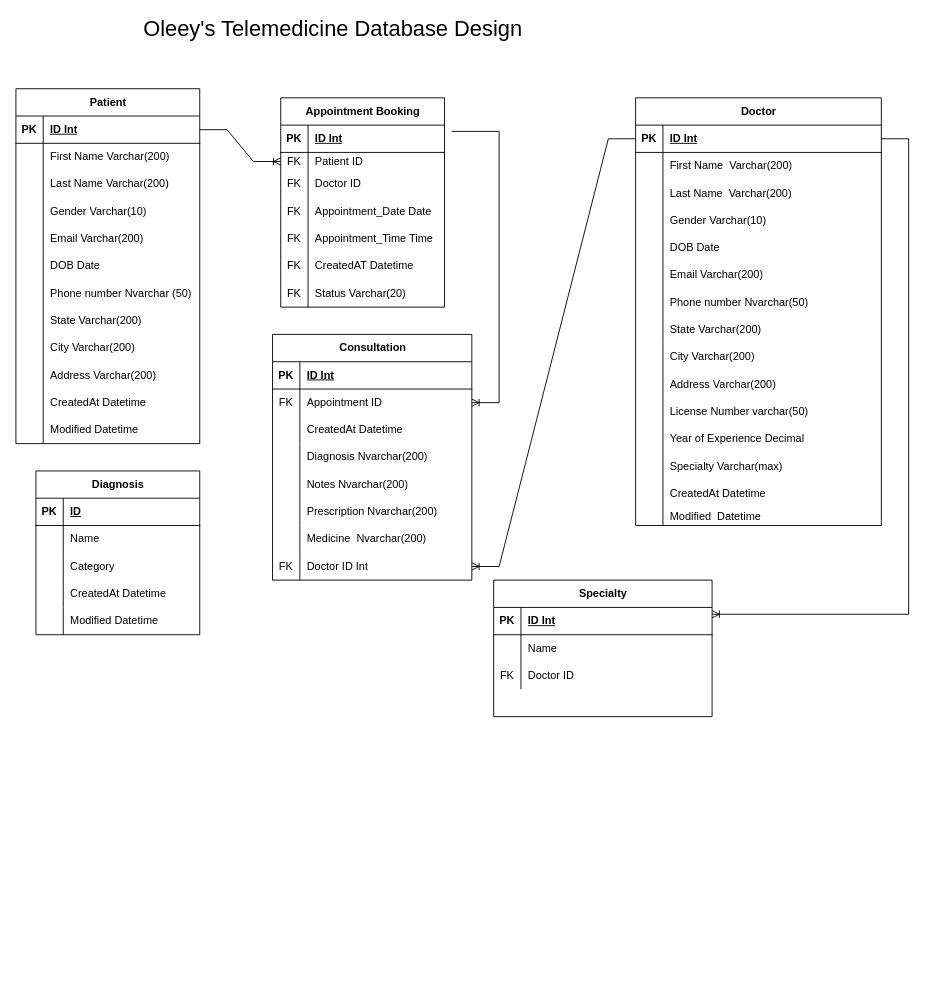
This is Telemedicine Db.drawio from Mzbeth02/Db_Design, a draw.io file, before an edit. Source tidied: cells renumbered, new cells numbered last; positions are measured from the earlier drawing's top-left corner, leaving out a move shared by most shapes. Both pictures are drawn from the tidied source at 91%, with x=0, y=0 at pixel (15, 15).
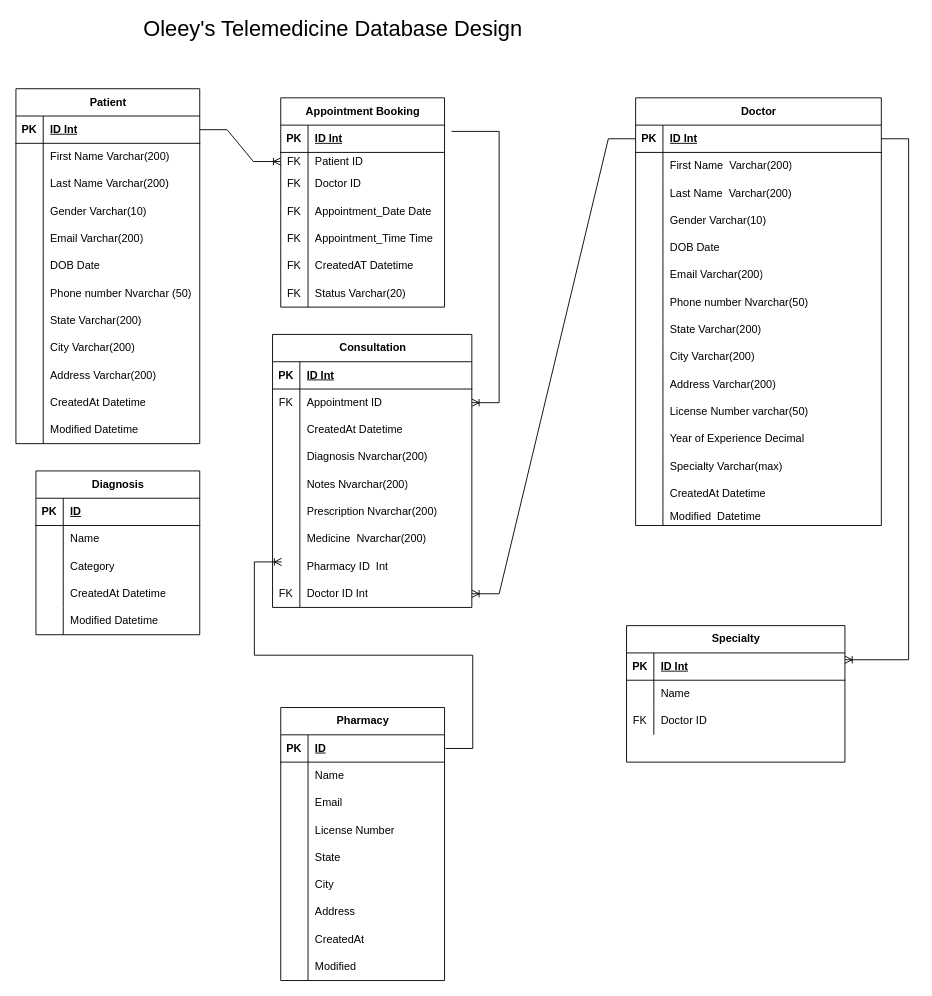
Above is the later version.

Diff of the diagram source:
```diff
@@
     <mxCell id="124" value="Specialty" style="shape=table;startSize=30;childLayout=tableLayout;rowLines=0;fontStyle=1;align=center;html=1;" parent="1" vertex="1">
-      <mxGeometry x="525" y="620" width="240" height="150" as="geometry" />
+      <mxGeometry x="671" y="670" width="240" height="150" as="geometry" />
     </mxCell>
@@
     <mxCell id="136" value="Consultation" style="shape=table;startSize=30;childLayout=tableLayout;rowLines=0;fontStyle=1;align=center;html=1;" parent="1" vertex="1">
-      <mxGeometry x="282" y="350" width="219" height="270" as="geometry" />
+      <mxGeometry x="282" y="350" width="219" height="300" as="geometry" />
     </mxCell>
@@
+    <mxCell id="163" style="shape=tableRow;horizontal=0;startSize=0;swimlaneHead=0;swimlaneBody=0;fillColor=none;top=0;left=0;right=0;bottom=0;" parent="136" vertex="1">
+      <mxGeometry y="240" width="219" height="30" as="geometry" />
+    </mxCell>
+    <mxCell id="164" style="shape=partialRectangle;fillColor=none;top=0;left=0;bottom=0;right=0;overflow=hidden;whiteSpace=wrap;html=1;" parent="163" vertex="1">
+      <mxGeometry width="30" height="30" as="geometry" />
+    </mxCell>
+    <mxCell id="165" value="Pharmacy ID&amp;nbsp; Int" style="shape=partialRectangle;fillColor=none;top=0;left=0;bottom=0;right=0;align=left;spacingLeft=6;overflow=hidden;whiteSpace=wrap;html=1;" parent="163" vertex="1">
+      <mxGeometry x="30" width="189" height="30" as="geometry" />
+    </mxCell>
     <mxCell id="158" style="shape=tableRow;horizontal=0;startSize=0;swimlaneHead=0;swimlaneBody=0;fillColor=none;points=[[0,0.5],[1,0.5]];portConstraint=eastwest;top=0;left=0;right=0;bottom=0;" parent="136" vertex="1">
-      <mxGeometry y="240" width="219" height="30" as="geometry" />
+      <mxGeometry y="270" width="219" height="30" as="geometry" />
     </mxCell>
@@
+    <mxCell id="166" value="Pharmacy" style="shape=table;startSize=30;childLayout=tableLayout;rowLines=0;fontStyle=1;align=center;html=1;" parent="1" vertex="1">
+      <mxGeometry x="291" y="760" width="180" height="300" as="geometry" />
+    </mxCell>
+    <mxCell id="167" style="shape=tableRow;horizontal=0;startSize=0;swimlaneHead=0;swimlaneBody=0;fillColor=none;top=0;left=0;right=0;bottom=1;" parent="166" vertex="1">
+      <mxGeometry y="30" width="180" height="30" as="geometry" />
+    </mxCell>
+    <mxCell id="168" value="PK" style="shape=partialRectangle;fillColor=none;top=0;left=0;bottom=0;right=0;fontStyle=1;overflow=hidden;whiteSpace=wrap;html=1;" parent="167" vertex="1">
+      <mxGeometry width="30" height="30" as="geometry" />
+    </mxCell>
+    <mxCell id="169" value="ID" style="shape=partialRectangle;fillColor=none;top=0;left=0;bottom=0;right=0;align=left;spacingLeft=6;fontStyle=5;overflow=hidden;whiteSpace=wrap;html=1;" parent="167" vertex="1">
+      <mxGeometry x="30" width="150" height="30" as="geometry" />
+    </mxCell>
+    <mxCell id="170" style="shape=tableRow;horizontal=0;startSize=0;swimlaneHead=0;swimlaneBody=0;fillColor=none;top=0;left=0;right=0;bottom=0;" parent="166" vertex="1">
+      <mxGeometry y="60" width="180" height="30" as="geometry" />
+    </mxCell>
+    <mxCell id="171" style="shape=partialRectangle;fillColor=none;top=0;left=0;bottom=0;right=0;overflow=hidden;whiteSpace=wrap;html=1;" parent="170" vertex="1">
+      <mxGeometry width="30" height="30" as="geometry" />
+    </mxCell>
+    <mxCell id="172" value="Name" style="shape=partialRectangle;fillColor=none;top=0;left=0;bottom=0;right=0;align=left;spacingLeft=6;overflow=hidden;whiteSpace=wrap;html=1;" parent="170" vertex="1">
+      <mxGeometry x="30" width="150" height="30" as="geometry" />
+    </mxCell>
+    <mxCell id="173" style="shape=tableRow;horizontal=0;startSize=0;swimlaneHead=0;swimlaneBody=0;fillColor=none;top=0;left=0;right=0;bottom=0;" parent="166" vertex="1">
+      <mxGeometry y="90" width="180" height="30" as="geometry" />
+    </mxCell>
+    <mxCell id="174" style="shape=partialRectangle;fillColor=none;top=0;left=0;bottom=0;right=0;overflow=hidden;whiteSpace=wrap;html=1;" parent="173" vertex="1">
+      <mxGeometry width="30" height="30" as="geometry" />
+    </mxCell>
+    <mxCell id="175" value="Email" style="shape=partialRectangle;fillColor=none;top=0;left=0;bottom=0;right=0;align=left;spacingLeft=6;overflow=hidden;whiteSpace=wrap;html=1;" parent="173" vertex="1">
+      <mxGeometry x="30" width="150" height="30" as="geometry" />
+    </mxCell>
+    <mxCell id="176" style="shape=tableRow;horizontal=0;startSize=0;swimlaneHead=0;swimlaneBody=0;fillColor=none;top=0;left=0;right=0;bottom=0;" parent="166" vertex="1">
+      <mxGeometry y="120" width="180" height="30" as="geometry" />
+    </mxCell>
+    <mxCell id="177" style="shape=partialRectangle;fillColor=none;top=0;left=0;bottom=0;right=0;overflow=hidden;whiteSpace=wrap;html=1;" parent="176" vertex="1">
+      <mxGeometry width="30" height="30" as="geometry" />
+    </mxCell>
+    <mxCell id="178" value="License Number" style="shape=partialRectangle;fillColor=none;top=0;left=0;bottom=0;right=0;align=left;spacingLeft=6;overflow=hidden;whiteSpace=wrap;html=1;" parent="176" vertex="1">
+      <mxGeometry x="30" width="150" height="30" as="geometry" />
+    </mxCell>
+    <mxCell id="179" style="shape=tableRow;horizontal=0;startSize=0;swimlaneHead=0;swimlaneBody=0;fillColor=none;top=0;left=0;right=0;bottom=0;" parent="166" vertex="1">
+      <mxGeometry y="150" width="180" height="30" as="geometry" />
+    </mxCell>
+    <mxCell id="180" style="shape=partialRectangle;fillColor=none;top=0;left=0;bottom=0;right=0;overflow=hidden;whiteSpace=wrap;html=1;" parent="179" vertex="1">
+      <mxGeometry width="30" height="30" as="geometry" />
+    </mxCell>
+    <mxCell id="181" value="State" style="shape=partialRectangle;fillColor=none;top=0;left=0;bottom=0;right=0;align=left;spacingLeft=6;overflow=hidden;whiteSpace=wrap;html=1;" parent="179" vertex="1">
+      <mxGeometry x="30" width="150" height="30" as="geometry" />
+    </mxCell>
+    <mxCell id="182" style="shape=tableRow;horizontal=0;startSize=0;swimlaneHead=0;swimlaneBody=0;fillColor=none;top=0;left=0;right=0;bottom=0;" parent="166" vertex="1">
+      <mxGeometry y="180" width="180" height="30" as="geometry" />
+    </mxCell>
+    <mxCell id="183" style="shape=partialRectangle;fillColor=none;top=0;left=0;bottom=0;right=0;overflow=hidden;whiteSpace=wrap;html=1;" parent="182" vertex="1">
+      <mxGeometry width="30" height="30" as="geometry" />
+    </mxCell>
+    <mxCell id="184" value="City" style="shape=partialRectangle;fillColor=none;top=0;left=0;bottom=0;right=0;align=left;spacingLeft=6;overflow=hidden;whiteSpace=wrap;html=1;" parent="182" vertex="1">
+      <mxGeometry x="30" width="150" height="30" as="geometry" />
+    </mxCell>
+    <mxCell id="185" style="shape=tableRow;horizontal=0;startSize=0;swimlaneHead=0;swimlaneBody=0;fillColor=none;top=0;left=0;right=0;bottom=0;" parent="166" vertex="1">
+      <mxGeometry y="210" width="180" height="30" as="geometry" />
+    </mxCell>
+    <mxCell id="186" style="shape=partialRectangle;fillColor=none;top=0;left=0;bottom=0;right=0;overflow=hidden;whiteSpace=wrap;html=1;" parent="185" vertex="1">
+      <mxGeometry width="30" height="30" as="geometry" />
+    </mxCell>
+    <mxCell id="187" value="Address" style="shape=partialRectangle;fillColor=none;top=0;left=0;bottom=0;right=0;align=left;spacingLeft=6;overflow=hidden;whiteSpace=wrap;html=1;" parent="185" vertex="1">
+      <mxGeometry x="30" width="150" height="30" as="geometry" />
+    </mxCell>
+    <mxCell id="188" style="shape=tableRow;horizontal=0;startSize=0;swimlaneHead=0;swimlaneBody=0;fillColor=none;top=0;left=0;right=0;bottom=0;" parent="166" vertex="1">
+      <mxGeometry y="240" width="180" height="30" as="geometry" />
+    </mxCell>
+    <mxCell id="189" style="shape=partialRectangle;fillColor=none;top=0;left=0;bottom=0;right=0;overflow=hidden;whiteSpace=wrap;html=1;" parent="188" vertex="1">
+      <mxGeometry width="30" height="30" as="geometry" />
+    </mxCell>
+    <mxCell id="190" value="CreatedAt" style="shape=partialRectangle;fillColor=none;top=0;left=0;bottom=0;right=0;align=left;spacingLeft=6;overflow=hidden;whiteSpace=wrap;html=1;" parent="188" vertex="1">
+      <mxGeometry x="30" width="150" height="30" as="geometry" />
+    </mxCell>
+    <mxCell id="191" style="shape=tableRow;horizontal=0;startSize=0;swimlaneHead=0;swimlaneBody=0;fillColor=none;top=0;left=0;right=0;bottom=0;" parent="166" vertex="1">
+      <mxGeometry y="270" width="180" height="30" as="geometry" />
+    </mxCell>
+    <mxCell id="192" style="shape=partialRectangle;fillColor=none;top=0;left=0;bottom=0;right=0;overflow=hidden;whiteSpace=wrap;html=1;" parent="191" vertex="1">
+      <mxGeometry width="30" height="30" as="geometry" />
+    </mxCell>
+    <mxCell id="193" value="Modified" style="shape=partialRectangle;fillColor=none;top=0;left=0;bottom=0;right=0;align=left;spacingLeft=6;overflow=hidden;whiteSpace=wrap;html=1;" parent="191" vertex="1">
+      <mxGeometry x="30" width="150" height="30" as="geometry" />
+    </mxCell>
+    <mxCell id="194" style="edgeStyle=entityRelationEdgeStyle;fontSize=12;html=1;endArrow=ERoneToMany;rounded=0;" parent="1" edge="1">
+      <mxGeometry relative="1" as="geometry">
+        <mxPoint x="472" y="805" as="sourcePoint" />
+        <mxPoint x="292" y="600" as="targetPoint" />
+        <Array as="points">
+          <mxPoint x="102" y="600" />
+          <mxPoint x="112" y="640" />
+        </Array>
+      </mxGeometry>
+    </mxCell>
```
